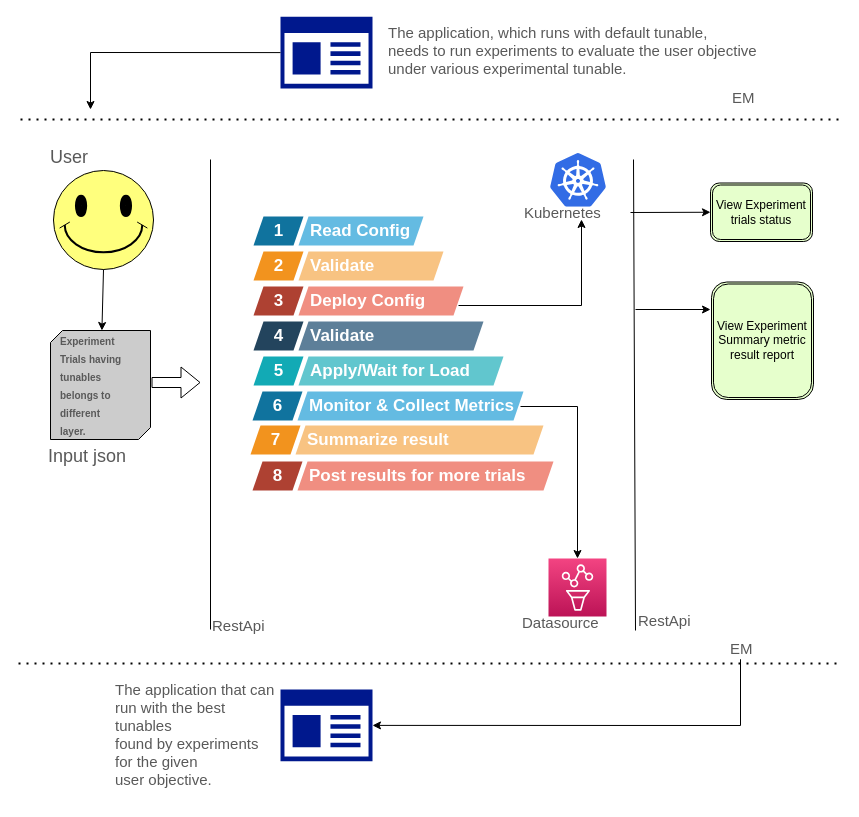
Above: design/drawio/EmOnly.drawio in kruize/autotune (draw.io), before the change. Source tidied: cells renumbered, new cells numbered last; positions are measured from the earlier drawing's top-left corner, leaving out a move shared by most shapes. Both pictures are drawn from the tidied source at 100%, with x=0, y=0 at pixel (18, 16).
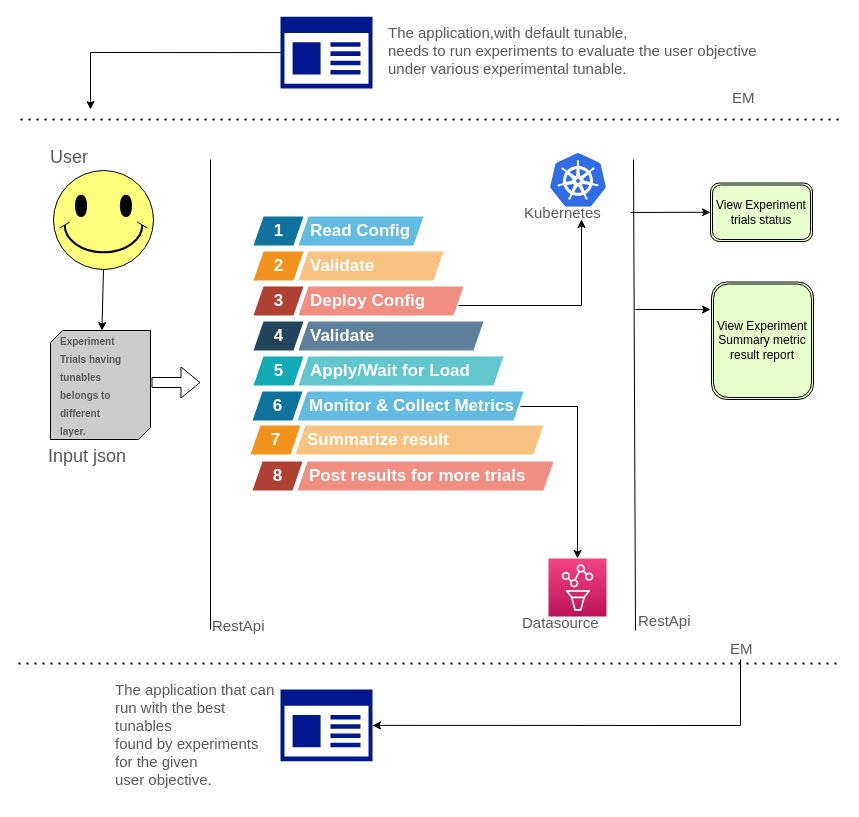
Above is the later version.

Commit message (it also covers changes not shown here):
Updated usecase diagram.

Diff of the diagram source:
```diff
@@
-    <mxCell id="27" value="&lt;div&gt;The application, which runs with default tunable,&lt;/div&gt;&lt;div&gt; needs to run experiments to evaluate the user objective &lt;br&gt;&lt;/div&gt;&lt;div&gt;under various experimental tunable.&lt;/div&gt;" style="text;html=1;align=left;verticalAlign=bottom;fillColor=none;strokeColor=none;rounded=0;fontFamily=Red Hat Text;fontStyle=0;fontSize=15;fontColor=#595959;imageAspect=0;spacing=0;spacingBottom=10;" parent="1" vertex="1">
+    <mxCell id="27" value="&lt;div&gt;The application,with default tunable,&lt;/div&gt;&lt;div&gt; needs to run experiments to evaluate the user objective &lt;br&gt;&lt;/div&gt;&lt;div&gt;under various experimental tunable.&lt;/div&gt;" style="text;html=1;align=left;verticalAlign=bottom;fillColor=none;strokeColor=none;rounded=0;fontFamily=Red Hat Text;fontStyle=0;fontSize=15;fontColor=#595959;imageAspect=0;spacing=0;spacingBottom=10;" parent="1" vertex="1">
       <mxGeometry x="370" y="43" width="80" height="29" as="geometry" />
     </mxCell>
```
